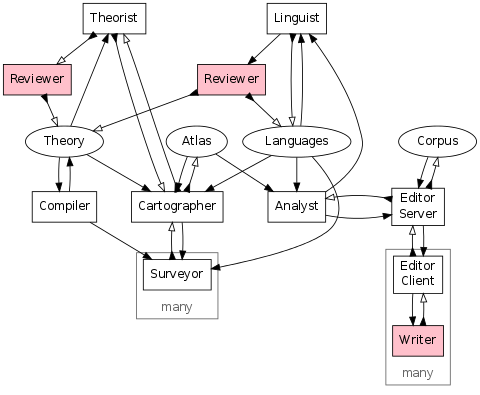
This is doc/architecture.png from fritzo/pomagma, a Graphviz export, as it was before one commit. Its source is kept beside it as doc/architecture.dot.
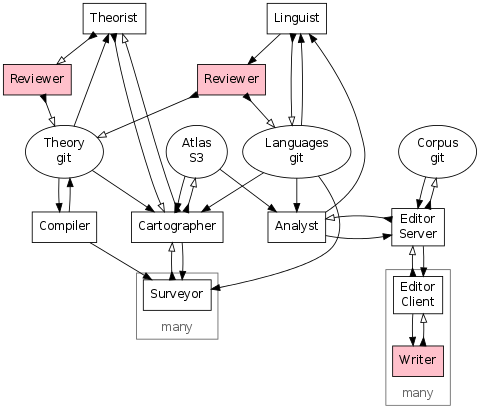
Above is the later version.

Commit message:
Indicate data locations in architecture diagram

Diff of the diagram source:
```diff
@@ -18,10 +18,10 @@
     {
         node [shape=ellipse];
         rank = "same";
-        Languages;
-        Theory;
-        Atlas;
-        Corpus;
+        Languages [label="Languages\ngit"];
+        Theory [label="Theory\ngit"];
+        Atlas [label="Atlas\nS3"];
+        Corpus [label="Corpus\ngit"];
     }
     Compiler;
     {
```
